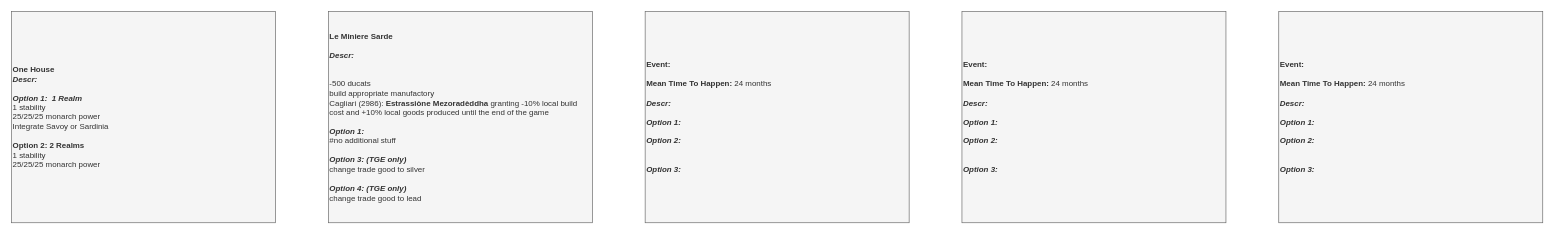
Melvasul/Missions-Expanded keeps this draw.io diagram as page "Events" (3 of 3) of It's Fonduta and Porceddu Time/It's Fonduta and Porceddu.drawio. Above is the earlier version. Source tidied: cells renumbered, new cells numbered last; positions are measured from the earlier drawing's top-left corner, leaving out a move shared by most shapes. Both pictures are drawn from the tidied source at 66%, with x=0, y=0 at pixel (11, 11).
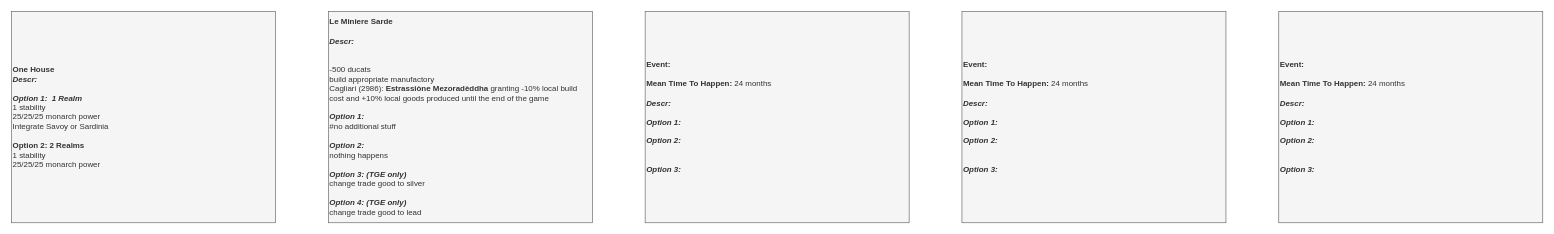
After the change.

The edit, as a diff of the source:
```diff
@@
 <mxGraphModel>
   <root>
     <mxCell id="0" />
     <mxCell id="1" parent="0" />
-    <mxCell id="2" value="&lt;div style=&quot;font-size: 12px&quot;&gt;&lt;b&gt;Le Miniere Sarde&lt;/b&gt;&lt;/div&gt;&lt;div style=&quot;font-size: 12px&quot;&gt;&lt;b&gt;&lt;br&gt;&lt;/b&gt;&lt;/div&gt;&lt;div&gt;&lt;font&gt;&lt;div style=&quot;font-size: 12px&quot;&gt;&lt;b style=&quot;font-size: 12px&quot;&gt;&lt;i style=&quot;font-size: 12px&quot;&gt;Descr:&lt;/i&gt;&lt;/b&gt;&lt;/div&gt;&lt;/font&gt;&lt;/div&gt;&lt;div&gt;&lt;br&gt;&lt;/div&gt;&lt;div&gt;&lt;br&gt;&lt;/div&gt;&lt;div&gt;-500 ducats&lt;/div&gt;&lt;div&gt;build appropriate manufactory&lt;/div&gt;&lt;div&gt;Cagliari (2986):&amp;nbsp;&lt;b&gt;Estrassiòne&amp;nbsp;Mezoradèddha&lt;/b&gt;&amp;nbsp;granting -10% local build cost and +10% local goods produced until the end of the game&lt;/div&gt;&lt;div&gt;&lt;br&gt;&lt;/div&gt;&lt;div style=&quot;font-size: 12px&quot;&gt;&lt;/div&gt;&lt;font&gt;&lt;b style=&quot;font-size: 12px ; font-style: italic&quot;&gt;Option 1:&lt;/b&gt;&lt;span style=&quot;font-size: 12px ; font-style: italic&quot;&gt; &lt;/span&gt;&lt;br&gt;#no additional stuff&lt;br&gt;&lt;br&gt;&lt;i style=&quot;font-weight: bold&quot;&gt;Option 3: (TGE only)&lt;/i&gt;&lt;br&gt;&lt;div&gt;&lt;span&gt;change trade good to silver&lt;/span&gt;&lt;br&gt;&lt;/div&gt;&lt;div&gt;&lt;br&gt;&lt;/div&gt;&lt;div&gt;&lt;i style=&quot;font-weight: bold&quot;&gt;Option 4: (TGE only)&lt;/i&gt;&lt;/div&gt;&lt;div&gt;&lt;span&gt;change trade good to lead&lt;/span&gt;&lt;br&gt;&lt;/div&gt;&lt;/font&gt;" style="rounded=0;whiteSpace=wrap;html=1;align=left;fontSize=12;fillColor=#f5f5f5;strokeColor=#666666;fontColor=#333333;" parent="1" vertex="1">
+    <mxCell id="2" value="&lt;div style=&quot;font-size: 12px&quot;&gt;&lt;b&gt;Le Miniere Sarde&lt;/b&gt;&lt;/div&gt;&lt;div style=&quot;font-size: 12px&quot;&gt;&lt;b&gt;&lt;br&gt;&lt;/b&gt;&lt;/div&gt;&lt;div&gt;&lt;font&gt;&lt;div style=&quot;font-size: 12px&quot;&gt;&lt;b style=&quot;font-size: 12px&quot;&gt;&lt;i style=&quot;font-size: 12px&quot;&gt;Descr:&lt;/i&gt;&lt;/b&gt;&lt;/div&gt;&lt;/font&gt;&lt;/div&gt;&lt;div&gt;&lt;br&gt;&lt;/div&gt;&lt;div&gt;&lt;br&gt;&lt;/div&gt;&lt;div&gt;-500 ducats&lt;/div&gt;&lt;div&gt;build appropriate manufactory&lt;/div&gt;&lt;div&gt;Cagliari (2986):&amp;nbsp;&lt;b&gt;Estrassiòne&amp;nbsp;Mezoradèddha&lt;/b&gt;&amp;nbsp;granting -10% local build cost and +10% local goods produced until the end of the game&lt;/div&gt;&lt;div&gt;&lt;br&gt;&lt;/div&gt;&lt;div style=&quot;font-size: 12px&quot;&gt;&lt;/div&gt;&lt;font&gt;&lt;b style=&quot;font-size: 12px ; font-style: italic&quot;&gt;Option 1:&lt;/b&gt;&lt;span style=&quot;font-size: 12px ; font-style: italic&quot;&gt; &lt;/span&gt;&lt;br&gt;#no additional stuff&lt;br&gt;&lt;br&gt;&lt;b style=&quot;font-style: italic&quot;&gt;Option 2:&lt;/b&gt;&lt;span style=&quot;font-style: italic&quot;&gt;&amp;nbsp;&lt;/span&gt;&lt;br&gt;nothing happens&lt;br&gt;&lt;i style=&quot;font-weight: bold&quot;&gt;&lt;br&gt;Option 3: (TGE only)&lt;/i&gt;&lt;br&gt;&lt;div&gt;&lt;span&gt;change trade good to silver&lt;/span&gt;&lt;br&gt;&lt;/div&gt;&lt;div&gt;&lt;br&gt;&lt;/div&gt;&lt;div&gt;&lt;i style=&quot;font-weight: bold&quot;&gt;Option 4: (TGE only)&lt;/i&gt;&lt;/div&gt;&lt;div&gt;&lt;span&gt;change trade good to lead&lt;/span&gt;&lt;br&gt;&lt;/div&gt;&lt;/font&gt;" style="rounded=0;whiteSpace=wrap;html=1;align=left;fontSize=12;fillColor=#f5f5f5;strokeColor=#666666;fontColor=#333333;" parent="1" vertex="1">
       <mxGeometry x="480" width="400" height="320" as="geometry" />
     </mxCell>
     <mxCell id="3" value="&lt;div style=&quot;font-size: 12px&quot;&gt;&lt;b&gt;One House&lt;/b&gt;&lt;/div&gt;&lt;div&gt;&lt;font&gt;&lt;div style=&quot;font-size: 12px&quot;&gt;&lt;b style=&quot;font-size: 12px&quot;&gt;&lt;i style=&quot;font-size: 12px&quot;&gt;Descr:&lt;/i&gt;&lt;/b&gt;&lt;/div&gt;&lt;/font&gt;&lt;/div&gt;&lt;div&gt;&lt;br&gt;&lt;/div&gt;&lt;div style=&quot;font-size: 12px&quot;&gt;&lt;/div&gt;&lt;font&gt;&lt;b style=&quot;font-size: 12px ; font-style: italic&quot;&gt;Option 1:&lt;/b&gt;&lt;span style=&quot;font-size: 12px ; font-style: italic&quot;&gt;&amp;nbsp; &lt;b&gt;1 Realm&lt;/b&gt;&lt;/span&gt;&lt;br&gt;1 stability&lt;br&gt;25/25/25 monarch power&lt;br&gt;Integrate Savoy or Sardinia&lt;br&gt;&lt;br&gt;&lt;b&gt;Option 2: 2 Realms&lt;br&gt;&lt;/b&gt;1 stability&lt;br&gt;25/25/25 monarch power&lt;br&gt;&lt;/font&gt;" style="rounded=0;whiteSpace=wrap;html=1;align=left;fontSize=12;fillColor=#f5f5f5;strokeColor=#666666;fontColor=#333333;" parent="1" vertex="1">
       <mxGeometry width="400" height="320" as="geometry" />
     </mxCell>
     <mxCell id="4" value="&lt;div style=&quot;font-size: 12px&quot;&gt;&lt;b&gt;Event:&lt;/b&gt;&lt;/div&gt;&lt;div style=&quot;font-size: 12px&quot;&gt;&lt;b&gt;&lt;br&gt;&lt;/b&gt;&lt;/div&gt;&lt;div style=&quot;font-size: 12px&quot;&gt;&lt;b&gt;Mean Time To Happen: &lt;/b&gt;24 months&lt;/div&gt;&lt;div style=&quot;font-size: 12px&quot;&gt;&lt;b&gt;&lt;br&gt;&lt;/b&gt;&lt;/div&gt;&lt;div&gt;&lt;font&gt;&lt;div style=&quot;font-size: 12px&quot;&gt;&lt;b style=&quot;font-size: 12px&quot;&gt;&lt;i style=&quot;font-size: 12px&quot;&gt;Descr:&lt;/i&gt;&lt;/b&gt;&lt;/div&gt;&lt;/font&gt;&lt;/div&gt;&lt;div&gt;&lt;br&gt;&lt;/div&gt;&lt;div style=&quot;font-size: 12px&quot;&gt;&lt;/div&gt;&lt;font&gt;&lt;b style=&quot;font-size: 12px ; font-style: italic&quot;&gt;Option 1:&lt;/b&gt;&lt;span style=&quot;font-size: 12px ; font-style: italic&quot;&gt; &lt;/span&gt;&lt;br&gt;&lt;br&gt;&lt;span style=&quot;font-size: 12px&quot;&gt;&lt;i&gt;&lt;b&gt;Option 2:&lt;/b&gt;&amp;nbsp;&lt;/i&gt;&lt;/span&gt;&lt;br&gt;&lt;div&gt;&lt;br&gt;&lt;/div&gt;&lt;div&gt;&lt;br&gt;&lt;/div&gt;&lt;div&gt;&lt;i style=&quot;font-weight: bold&quot;&gt;Option 3:&amp;nbsp;&lt;/i&gt;&lt;/div&gt;&lt;/font&gt;" style="rounded=0;whiteSpace=wrap;html=1;align=left;fontSize=12;fillColor=#f5f5f5;strokeColor=#666666;fontColor=#333333;" parent="1" vertex="1">
       <mxGeometry x="960" width="400" height="320" as="geometry" />
     </mxCell>
     <mxCell id="5" value="&lt;div style=&quot;font-size: 12px&quot;&gt;&lt;b&gt;Event:&lt;/b&gt;&lt;/div&gt;&lt;div style=&quot;font-size: 12px&quot;&gt;&lt;b&gt;&lt;br&gt;&lt;/b&gt;&lt;/div&gt;&lt;div style=&quot;font-size: 12px&quot;&gt;&lt;b&gt;Mean Time To Happen: &lt;/b&gt;24 months&lt;/div&gt;&lt;div style=&quot;font-size: 12px&quot;&gt;&lt;b&gt;&lt;br&gt;&lt;/b&gt;&lt;/div&gt;&lt;div&gt;&lt;font&gt;&lt;div style=&quot;font-size: 12px&quot;&gt;&lt;b style=&quot;font-size: 12px&quot;&gt;&lt;i style=&quot;font-size: 12px&quot;&gt;Descr:&lt;/i&gt;&lt;/b&gt;&lt;/div&gt;&lt;/font&gt;&lt;/div&gt;&lt;div&gt;&lt;br&gt;&lt;/div&gt;&lt;div style=&quot;font-size: 12px&quot;&gt;&lt;/div&gt;&lt;font&gt;&lt;b style=&quot;font-size: 12px ; font-style: italic&quot;&gt;Option 1:&lt;/b&gt;&lt;span style=&quot;font-size: 12px ; font-style: italic&quot;&gt; &lt;/span&gt;&lt;br&gt;&lt;br&gt;&lt;span style=&quot;font-size: 12px&quot;&gt;&lt;i&gt;&lt;b&gt;Option 2:&lt;/b&gt;&amp;nbsp;&lt;/i&gt;&lt;/span&gt;&lt;br&gt;&lt;div&gt;&lt;br&gt;&lt;/div&gt;&lt;div&gt;&lt;br&gt;&lt;/div&gt;&lt;div&gt;&lt;i style=&quot;font-weight: bold&quot;&gt;Option 3:&amp;nbsp;&lt;/i&gt;&lt;/div&gt;&lt;/font&gt;" style="rounded=0;whiteSpace=wrap;html=1;align=left;fontSize=12;fillColor=#f5f5f5;strokeColor=#666666;fontColor=#333333;" parent="1" vertex="1">
       <mxGeometry x="1440" width="400" height="320" as="geometry" />
     </mxCell>
     <mxCell id="6" value="&lt;div style=&quot;font-size: 12px&quot;&gt;&lt;b&gt;Event:&lt;/b&gt;&lt;/div&gt;&lt;div style=&quot;font-size: 12px&quot;&gt;&lt;b&gt;&lt;br&gt;&lt;/b&gt;&lt;/div&gt;&lt;div style=&quot;font-size: 12px&quot;&gt;&lt;b&gt;Mean Time To Happen: &lt;/b&gt;24 months&lt;/div&gt;&lt;div style=&quot;font-size: 12px&quot;&gt;&lt;b&gt;&lt;br&gt;&lt;/b&gt;&lt;/div&gt;&lt;div&gt;&lt;font&gt;&lt;div style=&quot;font-size: 12px&quot;&gt;&lt;b style=&quot;font-size: 12px&quot;&gt;&lt;i style=&quot;font-size: 12px&quot;&gt;Descr:&lt;/i&gt;&lt;/b&gt;&lt;/div&gt;&lt;/font&gt;&lt;/div&gt;&lt;div&gt;&lt;br&gt;&lt;/div&gt;&lt;div style=&quot;font-size: 12px&quot;&gt;&lt;/div&gt;&lt;font&gt;&lt;b style=&quot;font-size: 12px ; font-style: italic&quot;&gt;Option 1:&lt;/b&gt;&lt;span style=&quot;font-size: 12px ; font-style: italic&quot;&gt; &lt;/span&gt;&lt;br&gt;&lt;br&gt;&lt;span style=&quot;font-size: 12px&quot;&gt;&lt;i&gt;&lt;b&gt;Option 2:&lt;/b&gt;&amp;nbsp;&lt;/i&gt;&lt;/span&gt;&lt;br&gt;&lt;div&gt;&lt;br&gt;&lt;/div&gt;&lt;div&gt;&lt;br&gt;&lt;/div&gt;&lt;div&gt;&lt;i style=&quot;font-weight: bold&quot;&gt;Option 3:&amp;nbsp;&lt;/i&gt;&lt;/div&gt;&lt;/font&gt;" style="rounded=0;whiteSpace=wrap;html=1;align=left;fontSize=12;fillColor=#f5f5f5;strokeColor=#666666;fontColor=#333333;" parent="1" vertex="1">
       <mxGeometry x="1920" width="400" height="320" as="geometry" />
     </mxCell>
   </root>
 </mxGraphModel>
```
